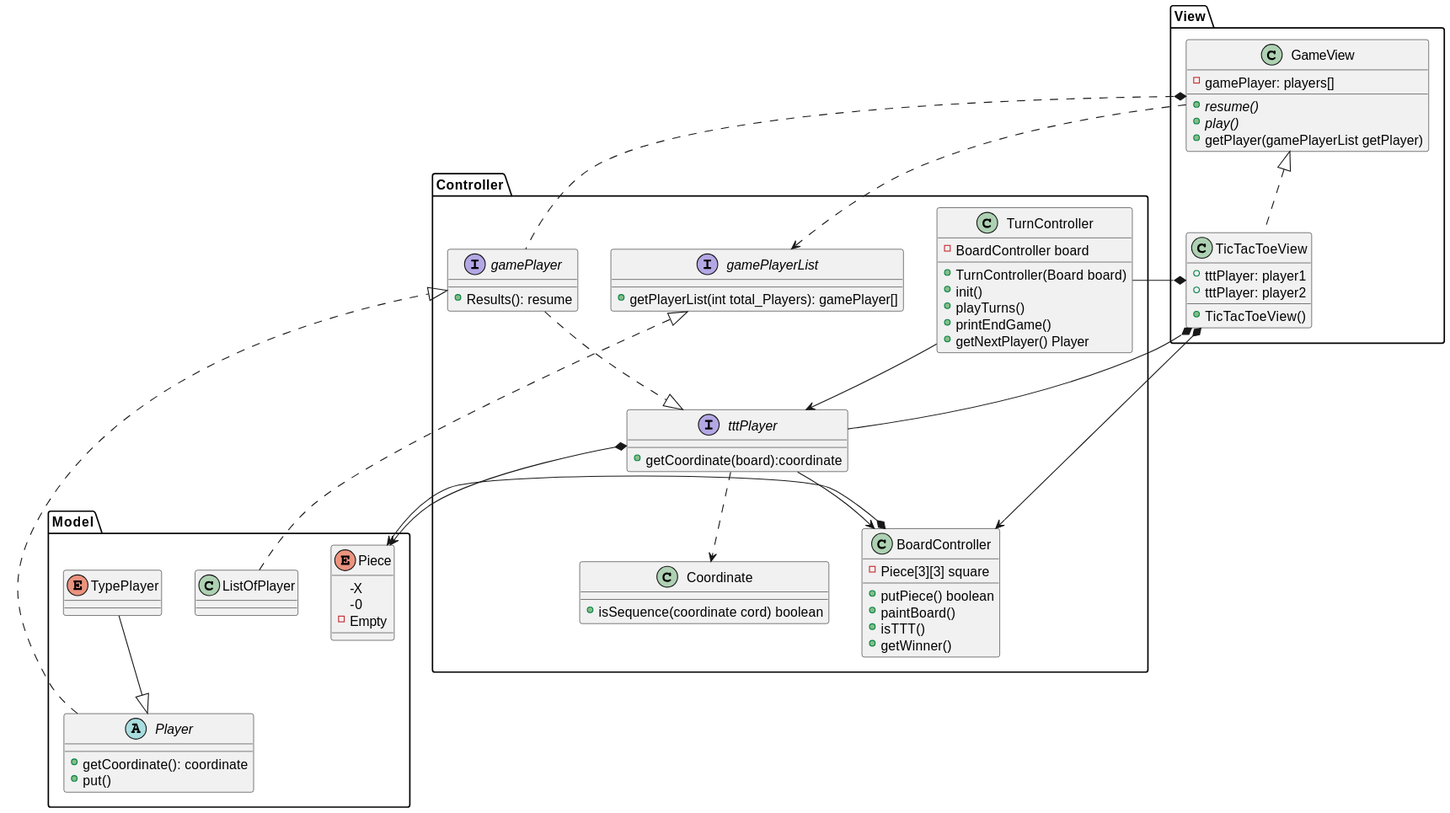
Earlier version of the PlantUML export MVCDiagrams/TTTMVC.svg (sergiomendez2/backendLastProjectDSU). Source of this version:
```plantuml
@startuml
package View{
   class TicTacToeView{
        +TicTacToeView()
        +tttPlayer: player1
        +tttPlayer: player2

    }

      class GameView {
            -gamePlayer: players[]
            +{abstract} resume()
            +{abstract} play()
            +getPlayer(gamePlayerList getPlayer)
        }

}

package Controller{


 interface gamePlayer{
        +Results(): resume
    }

    interface gamePlayerList{
            +getPlayerList(int total_Players): gamePlayer[]

    }

    class TurnController{
        -BoardController board
        +TurnController(Board board)
        +init()
        +playTurns()
        +printEndGame()
        +getNextPlayer() Player
    }


    class Coordinate{
        +isSequence(coordinate cord) boolean
    }

    class BoardController{
        -Piece[3][3] square
        +putPiece() boolean
        +paintBoard()
        +isTTT()
        +getWinner()
    }


    interface tttPlayer{
       +getCoordinate(board):coordinate

    }

}



package Model{
    class ListOfPlayer
    enum Piece{
            -X
            -0
            -Empty
        }

    abstract Player{
            +getCoordinate(): coordinate
            +put()
        }
    enum TypePlayer

}
    GameView <|.. TicTacToeView
    TypePlayer --|> Player

    TurnController --* TicTacToeView
    TurnController --> tttPlayer
    tttPlayer *--> Piece
    tttPlayer ..> Coordinate
    tttPlayer --> BoardController
    BoardController *--> Piece
    TicTacToeView *-- tttPlayer
    TicTacToeView *--> BoardController
    Player ..|> gamePlayer
    gamePlayer ..|> tttPlayer
    GameView *.. gamePlayer
    GameView ..> gamePlayerList
    ListOfPlayer ..|> gamePlayerList

@enduml
```
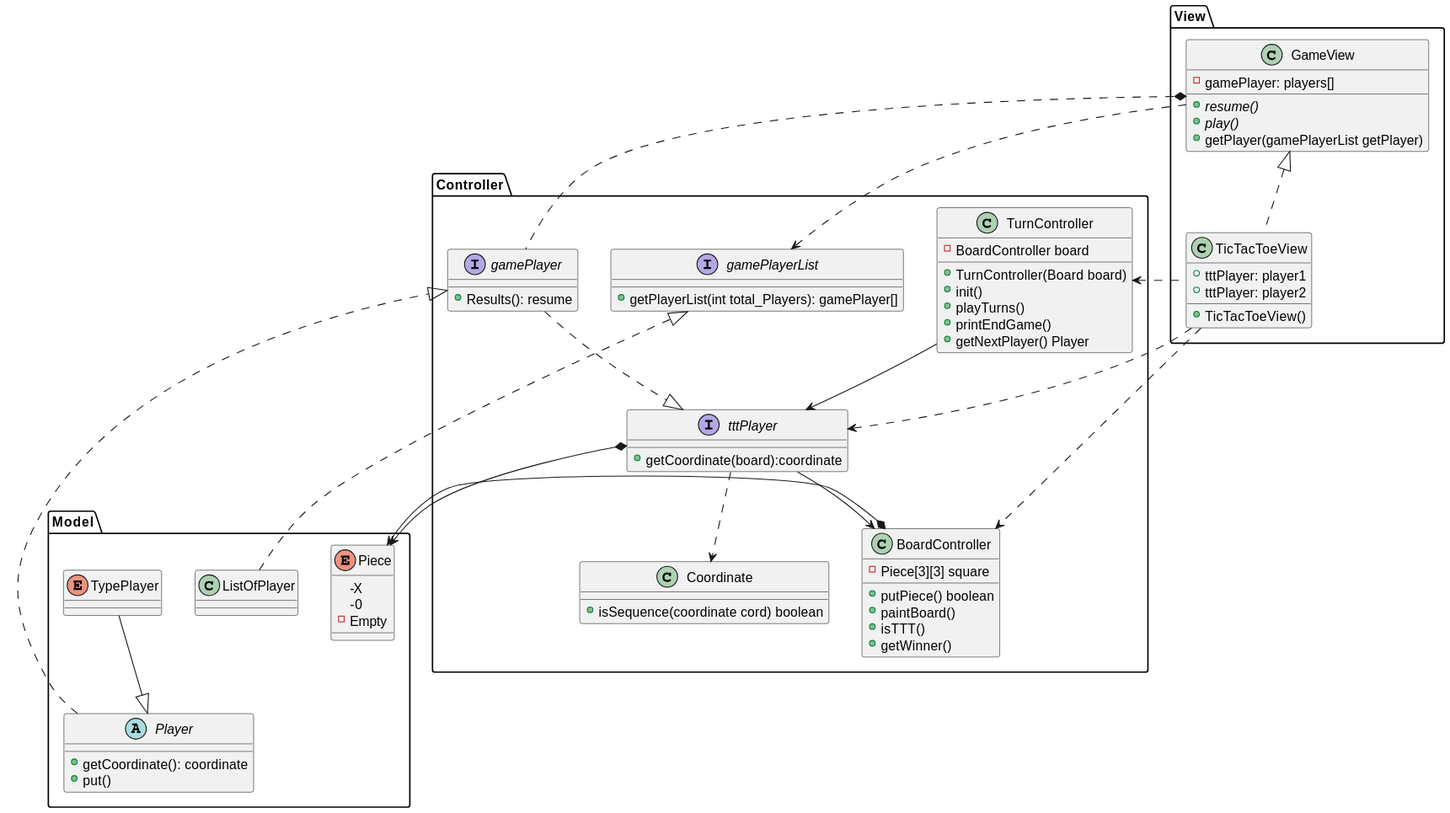
The same file after the commit.

What changed in the source:
```diff
@@ -78,14 +78,14 @@
     GameView <|.. TicTacToeView
     TypePlayer --|> Player
 
-    TurnController --* TicTacToeView
+    TurnController <.. TicTacToeView
     TurnController --> tttPlayer
     tttPlayer *--> Piece
     tttPlayer ..> Coordinate
     tttPlayer --> BoardController
     BoardController *--> Piece
-    TicTacToeView *-- tttPlayer
-    TicTacToeView *--> BoardController
+    TicTacToeView ..> tttPlayer
+    TicTacToeView ..> BoardController
     Player ..|> gamePlayer
     gamePlayer ..|> tttPlayer
     GameView *.. gamePlayer
```
